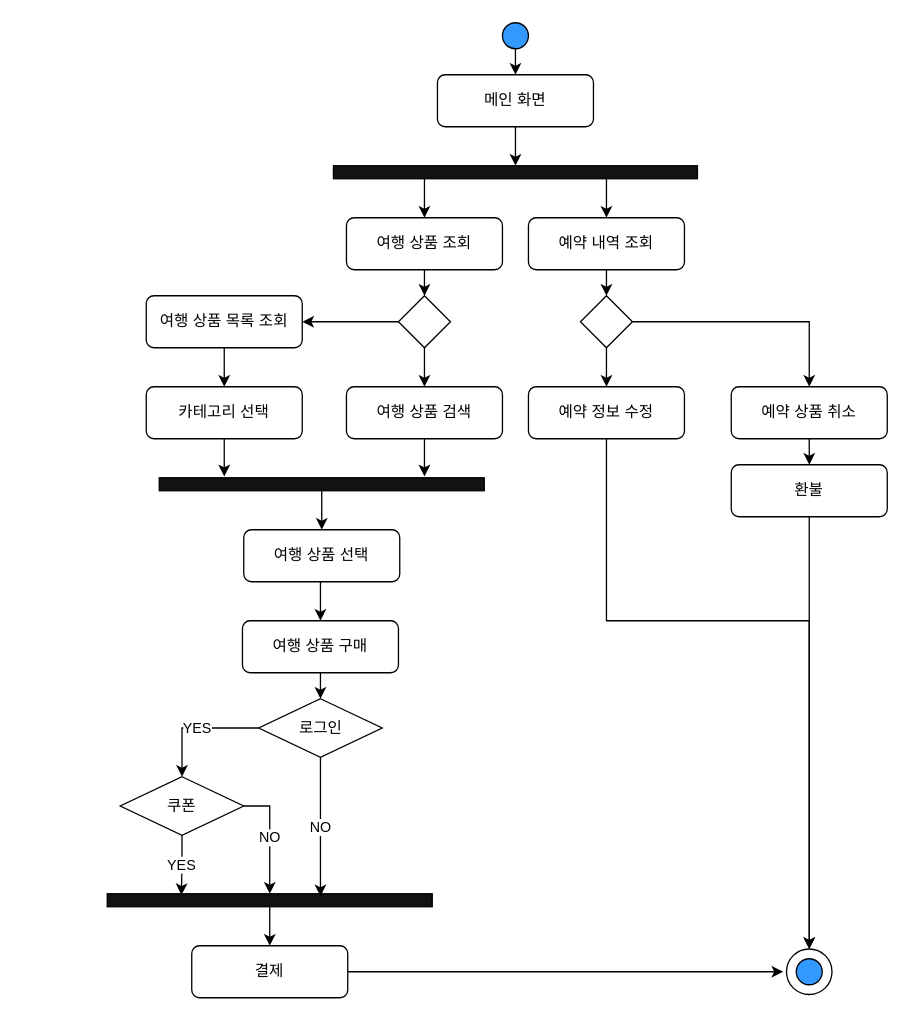
The draw.io diagram 제목 없는 다이어그램.drawio in VegetableKim/-, before the edit. Source tidied: cells renumbered, new cells numbered last; positions are measured from the earlier drawing's top-left corner, leaving out a move shared by most shapes. Both pictures are drawn from the tidied source at 130%, with x=0, y=0 at pixel (107, 22).
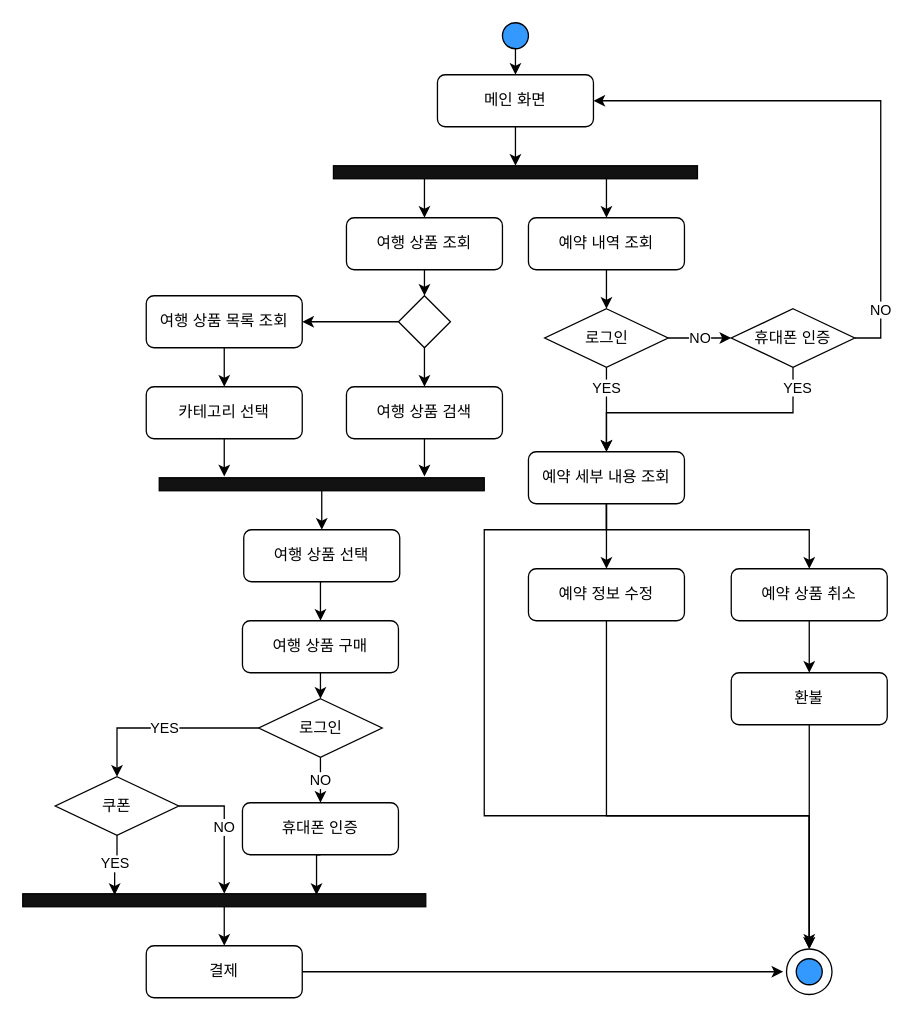
After the change.

Commit message (it also covers changes not shown here):
제목 없는 다이어그램.drawio 업데이트

Unchanged cells that the change refers to:
```xml
<mxCell id="5" value="메인 화면" style="rounded=1;whiteSpace=wrap;html=1;" parent="1" vertex="1">
  <mxGeometry x="254" y="40" width="120" height="40" as="geometry" />
</mxCell>
<mxCell id="10" value="예약 내역 조회" style="rounded=1;whiteSpace=wrap;html=1;" parent="1" vertex="1">
  <mxGeometry x="324" y="150" width="120" height="40" as="geometry" />
</mxCell>
<mxCell id="38" value="로그인" style="rhombus;whiteSpace=wrap;html=1;" parent="1" vertex="1">
  <mxGeometry x="116.5" y="520" width="95" height="45" as="geometry" />
</mxCell>
<mxCell id="47" style="ellipse;whiteSpace=wrap;html=1;" parent="1" vertex="1">
  <mxGeometry x="522.5" y="712.5" width="35" height="35" as="geometry" />
</mxCell>
```

Diff of the diagram source:
```diff
@@
-    <mxCell id="9" style="edgeStyle=orthogonalEdgeStyle;rounded=0;jettySize=auto;html=1;exitX=0.5;exitY=1;exitDx=0;exitDy=0;entryX=0.5;entryY=0;entryDx=0;entryDy=0;" parent="1" edge="1" source="10" target="18">
-      <mxGeometry relative="1" as="geometry" />
-    </mxCell>
+    <mxCell id="49" style="edgeStyle=orthogonalEdgeStyle;rounded=0;jettySize=auto;html=1;exitX=0.5;exitY=1;exitDx=0;exitDy=0;entryX=0.5;entryY=0;entryDx=0;entryDy=0;" parent="1" edge="1" source="10" target="53">
+      <mxGeometry relative="1" as="geometry" />
+    </mxCell>
@@
-    <mxCell id="16" style="edgeStyle=orthogonalEdgeStyle;rounded=0;jettySize=auto;html=1;exitX=1;exitY=0.5;exitDx=0;exitDy=0;entryX=0.5;entryY=0;entryDx=0;entryDy=0;" parent="1" edge="1" source="18" target="26">
-      <mxGeometry relative="1" as="geometry" />
-    </mxCell>
-    <mxCell id="17" style="edgeStyle=orthogonalEdgeStyle;rounded=0;jettySize=auto;html=1;exitX=0.5;exitY=1;exitDx=0;exitDy=0;entryX=0.5;entryY=0;entryDx=0;entryDy=0;" parent="1" edge="1" source="18" target="24">
-      <mxGeometry relative="1" as="geometry" />
-    </mxCell>
-    <mxCell id="18" style="rhombus;whiteSpace=wrap;html=1;" parent="1" vertex="1">
-      <mxGeometry x="364" y="210" width="40" height="40" as="geometry" />
-    </mxCell>
@@
     <mxCell id="23" style="edgeStyle=orthogonalEdgeStyle;rounded=0;jettySize=auto;html=1;exitX=0.5;exitY=1;exitDx=0;exitDy=0;entryX=0.5;entryY=0;entryDx=0;entryDy=0;" parent="1" edge="1" source="24" target="47">
       <mxGeometry relative="1" as="geometry">
         <Array as="points">
-          <mxPoint x="384" y="460" />
-          <mxPoint x="540" y="460" />
+          <mxPoint x="384" y="610" />
+          <mxPoint x="540" y="610" />
         </Array>
       </mxGeometry>
     </mxCell>
     <mxCell id="24" value="예약 정보 수정" style="rounded=1;whiteSpace=wrap;html=1;" parent="1" vertex="1">
-      <mxGeometry x="324" y="280" width="120" height="40" as="geometry" />
+      <mxGeometry x="324" y="420" width="120" height="40" as="geometry" />
     </mxCell>
@@
     <mxCell id="26" value="예약 상품 취소" style="rounded=1;whiteSpace=wrap;html=1;" parent="1" vertex="1">
-      <mxGeometry x="480" y="280" width="120" height="40" as="geometry" />
+      <mxGeometry x="480" y="420" width="120" height="40" as="geometry" />
     </mxCell>
@@
     <mxCell id="28" value="환불" style="rounded=1;whiteSpace=wrap;html=1;" parent="1" vertex="1">
-      <mxGeometry x="480" y="340" width="120" height="40" as="geometry" />
+      <mxGeometry x="480" y="500" width="120" height="40" as="geometry" />
     </mxCell>
@@
+    <mxCell id="50" value="NO" style="edgeStyle=orthogonalEdgeStyle;rounded=0;jettySize=auto;html=1;exitX=0.5;exitY=1;exitDx=0;exitDy=0;entryX=0.5;entryY=0;entryDx=0;entryDy=0;" parent="1" edge="1" source="38" target="54">
+      <mxGeometry relative="1" as="geometry" />
+    </mxCell>
@@
     <mxCell id="40" style="rounded=0;whiteSpace=wrap;html=1;fillColor=#121212;" parent="1" vertex="1">
-      <mxGeometry y="670" width="250" height="10" as="geometry" />
+      <mxGeometry x="-65" y="670" width="310" height="10" as="geometry" />
     </mxCell>
@@
     <mxCell id="42" value="쿠폰" style="rhombus;whiteSpace=wrap;html=1;" parent="1" vertex="1">
-      <mxGeometry x="10" y="580" width="95" height="45" as="geometry" />
+      <mxGeometry x="-40" y="580" width="95" height="45" as="geometry" />
     </mxCell>
@@
-    <mxCell id="44" value="NO" style="edgeStyle=orthogonalEdgeStyle;rounded=0;jettySize=auto;html=1;exitX=0.5;exitY=1;exitDx=0;exitDy=0;entryX=0.656;entryY=0.2;entryDx=0;entryDy=0;entryPerimeter=0;" parent="1" edge="1" source="38" target="40">
-      <mxGeometry relative="1" as="geometry" />
-    </mxCell>
@@
     <mxCell id="46" value="결제" style="rounded=1;whiteSpace=wrap;html=1;" parent="1" vertex="1">
-      <mxGeometry x="65" y="710" width="120" height="40" as="geometry" />
+      <mxGeometry x="30" y="710" width="120" height="40" as="geometry" />
     </mxCell>
@@
+    <mxCell id="51" value="YES" style="edgeStyle=orthogonalEdgeStyle;rounded=0;jettySize=auto;html=1;exitX=0.5;exitY=1;exitDx=0;exitDy=0;entryX=0.5;entryY=0;entryDx=0;entryDy=0;entryPerimeter=0;" parent="1" edge="1" source="53" target="62">
+      <mxGeometry x="-0.5" relative="1" as="geometry" />
+    </mxCell>
+    <mxCell id="52" value="NO" style="edgeStyle=orthogonalEdgeStyle;rounded=0;jettySize=auto;html=1;exitX=1;exitY=0.5;exitDx=0;exitDy=0;entryX=0;entryY=0.5;entryDx=0;entryDy=0;" parent="1" edge="1" source="53" target="58">
+      <mxGeometry relative="1" as="geometry" />
+    </mxCell>
+    <mxCell id="53" value="로그인" style="rhombus;whiteSpace=wrap;html=1;" parent="1" vertex="1">
+      <mxGeometry x="336.5" y="220" width="95" height="45" as="geometry" />
+    </mxCell>
+    <mxCell id="54" value="휴대폰 인증" style="rounded=1;whiteSpace=wrap;html=1;" parent="1" vertex="1">
+      <mxGeometry x="104" y="600" width="120" height="40" as="geometry" />
+    </mxCell>
+    <mxCell id="55" style="edgeStyle=orthogonalEdgeStyle;rounded=0;jettySize=auto;html=1;exitX=0.5;exitY=1;exitDx=0;exitDy=0;entryX=0.729;entryY=0.1;entryDx=0;entryDy=0;entryPerimeter=0;" parent="1" edge="1" source="54" target="40">
+      <mxGeometry relative="1" as="geometry" />
+    </mxCell>
+    <mxCell id="56" value="YES" style="edgeStyle=orthogonalEdgeStyle;rounded=0;jettySize=auto;html=1;exitX=0.5;exitY=1;exitDx=0;exitDy=0;entryX=0.5;entryY=0;entryDx=0;entryDy=0;" parent="1" edge="1" source="58" target="62">
+      <mxGeometry x="-0.85" y="3" relative="1" as="geometry">
+        <Array as="points">
+          <mxPoint x="528" y="300" />
+          <mxPoint x="384" y="300" />
+        </Array>
+      </mxGeometry>
+    </mxCell>
+    <mxCell id="57" value="NO" style="edgeStyle=orthogonalEdgeStyle;rounded=0;jettySize=auto;html=1;exitX=1;exitY=0.5;exitDx=0;exitDy=0;entryX=1;entryY=0.5;entryDx=0;entryDy=0;" parent="1" edge="1" source="58" target="5">
+      <mxGeometry x="-0.8" relative="1" as="geometry" />
+    </mxCell>
+    <mxCell id="58" value="휴대폰 인증" style="rhombus;whiteSpace=wrap;html=1;" parent="1" vertex="1">
+      <mxGeometry x="480" y="220" width="95" height="45" as="geometry" />
+    </mxCell>
+    <mxCell id="59" style="edgeStyle=orthogonalEdgeStyle;rounded=0;jettySize=auto;html=1;exitX=0.5;exitY=1;exitDx=0;exitDy=0;entryX=0.5;entryY=0;entryDx=0;entryDy=0;" parent="1" edge="1" source="62" target="24">
+      <mxGeometry relative="1" as="geometry" />
+    </mxCell>
+    <mxCell id="60" style="edgeStyle=orthogonalEdgeStyle;rounded=0;jettySize=auto;html=1;exitX=0.5;exitY=1;exitDx=0;exitDy=0;entryX=0.5;entryY=0;entryDx=0;entryDy=0;" parent="1" edge="1" source="62" target="26">
+      <mxGeometry relative="1" as="geometry">
+        <Array as="points">
+          <mxPoint x="384" y="390" />
+          <mxPoint x="540" y="390" />
+        </Array>
+      </mxGeometry>
+    </mxCell>
+    <mxCell id="61" style="edgeStyle=orthogonalEdgeStyle;rounded=0;jettySize=auto;html=1;exitX=0.5;exitY=1;exitDx=0;exitDy=0;" parent="1" edge="1" source="62">
+      <mxGeometry relative="1" as="geometry">
+        <mxPoint x="540" y="710" as="targetPoint" />
+        <Array as="points">
+          <mxPoint x="384" y="390" />
+          <mxPoint x="290" y="390" />
+          <mxPoint x="290" y="610" />
+          <mxPoint x="540" y="610" />
+        </Array>
+      </mxGeometry>
+    </mxCell>
+    <mxCell id="62" value="예약 세부 내용 조회" style="rounded=1;whiteSpace=wrap;html=1;" parent="1" vertex="1">
+      <mxGeometry x="324" y="330" width="120" height="40" as="geometry" />
+    </mxCell>
```
